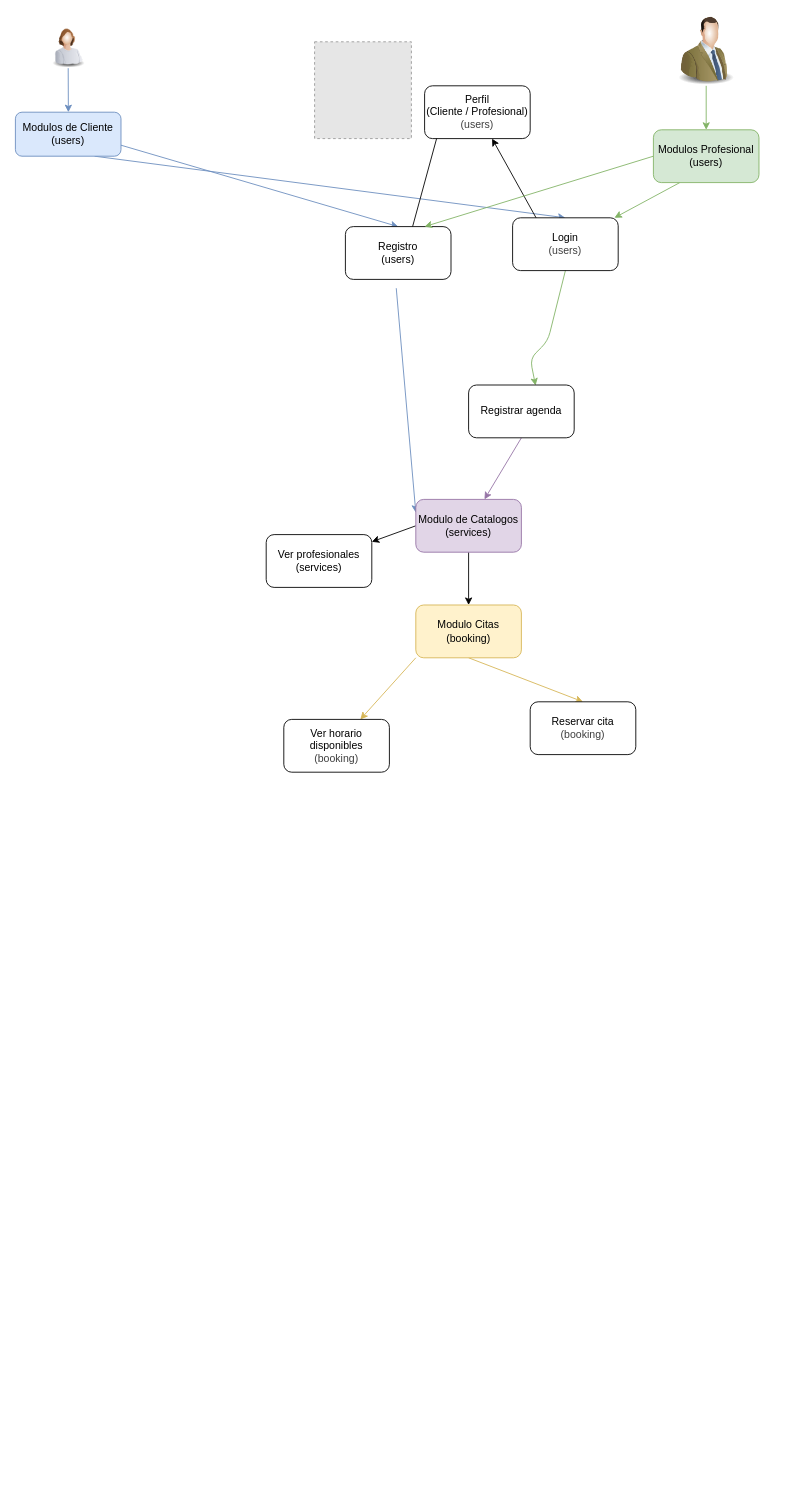
The draw.io diagram Arquitectura.drawio in yUMIP04/PlataformReservas-AgendaServicios, before the edit. Source tidied: cells renumbered, new cells numbered last; positions are measured from the earlier drawing's top-left corner, leaving out a move shared by most shapes. Both pictures are drawn from the tidied source at 88%, with x=0, y=0 at pixel (15, 15). Pictures stored in the file or linked from it are replaced by grey dashed boxes.
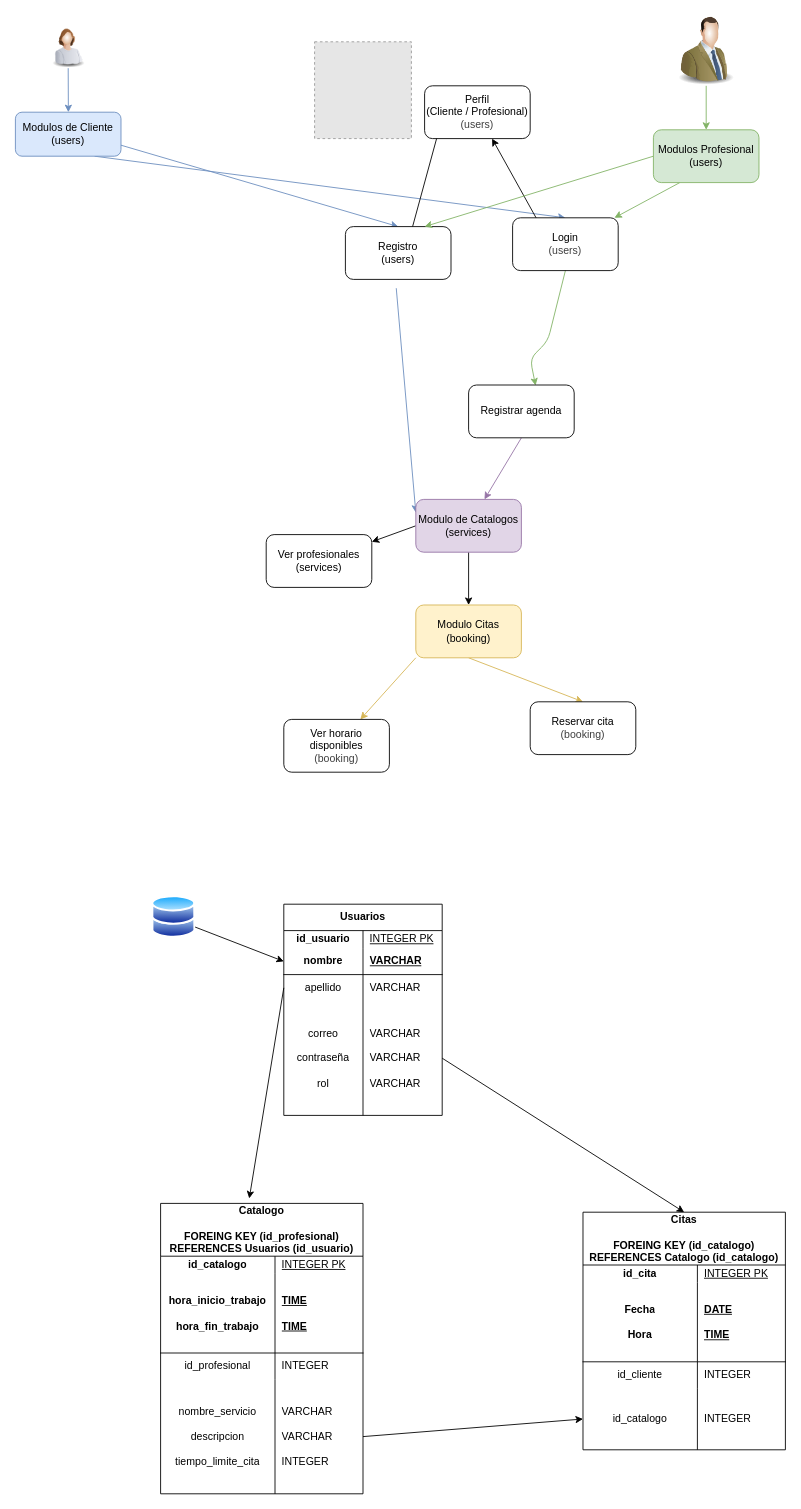
The same page after the edit.

Commit message:
Diagrama de la BD lista

Diff of the diagram source:
```diff
@@
+    <mxCell id="31" style="edgeStyle=none;html=1;exitX=1;exitY=0.75;exitDx=0;exitDy=0;entryX=0;entryY=0.5;entryDx=0;entryDy=0;" parent="1" edge="1" source="32" target="37">
+      <mxGeometry relative="1" as="geometry" />
+    </mxCell>
+    <mxCell id="32" style="image;perimeter=ellipsePerimeter;html=1;align=center;shadow=0;dashed=0;spacingTop=3;image=img/lib/active_directory/databases.svg;" parent="1" vertex="1">
+      <mxGeometry x="155" y="1000" width="50" height="49" as="geometry" />
+    </mxCell>
+    <mxCell id="33" value="Usuarios" style="shape=table;startSize=30;childLayout=tableLayout;rowLines=0;fontStyle=1;align=center;html=1;whiteSpace=wrap;" parent="1" vertex="1">
+      <mxGeometry x="305" y="1010" width="180" height="240" as="geometry" />
+    </mxCell>
+    <mxCell id="34" style="shape=tableRow;horizontal=0;startSize=0;swimlaneHead=0;swimlaneBody=0;fillColor=none;top=0;left=0;right=0;bottom=0;html=1;" parent="33" vertex="1">
+      <mxGeometry y="30" width="180" height="20" as="geometry" />
+    </mxCell>
+    <mxCell id="35" value="id_usuario" style="shape=partialRectangle;fillColor=none;top=0;left=0;bottom=0;right=0;fontStyle=1;overflow=hidden;html=1;whiteSpace=wrap;" parent="34" vertex="1">
+      <mxGeometry width="90" height="20" as="geometry" />
+    </mxCell>
+    <mxCell id="36" value="&lt;span style=&quot;font-weight: normal;&quot;&gt;INTEGER PK&lt;/span&gt;" style="shape=partialRectangle;fillColor=none;top=0;left=0;bottom=0;right=0;align=left;spacingLeft=6;fontStyle=5;overflow=hidden;html=1;whiteSpace=wrap;" parent="34" vertex="1">
+      <mxGeometry x="90" width="90" height="20" as="geometry" />
+    </mxCell>
+    <mxCell id="37" style="shape=tableRow;horizontal=0;startSize=0;swimlaneHead=0;swimlaneBody=0;fillColor=none;points=[[0,0.5],[1,0.5]];portConstraint=eastwest;top=0;left=0;right=0;bottom=1;html=1;" parent="33" vertex="1">
+      <mxGeometry y="50" width="180" height="30" as="geometry" />
+    </mxCell>
+    <mxCell id="38" value="nombre" style="shape=partialRectangle;fillColor=none;top=0;left=0;bottom=0;right=0;fontStyle=1;overflow=hidden;html=1;whiteSpace=wrap;" parent="37" vertex="1">
+      <mxGeometry width="90" height="30" as="geometry" />
+    </mxCell>
+    <mxCell id="39" value="VARCHAR" style="shape=partialRectangle;fillColor=none;top=0;left=0;bottom=0;right=0;align=left;spacingLeft=6;fontStyle=5;overflow=hidden;html=1;whiteSpace=wrap;" parent="37" vertex="1">
+      <mxGeometry x="90" width="90" height="30" as="geometry" />
+    </mxCell>
+    <mxCell id="40" style="shape=tableRow;horizontal=0;startSize=0;swimlaneHead=0;swimlaneBody=0;fillColor=none;points=[[0,0.5],[1,0.5]];portConstraint=eastwest;top=0;left=0;right=0;bottom=0;html=1;" parent="33" vertex="1">
+      <mxGeometry y="80" width="180" height="30" as="geometry" />
+    </mxCell>
+    <mxCell id="41" value="apellido" style="shape=partialRectangle;fillColor=none;top=0;left=0;bottom=0;right=0;overflow=hidden;html=1;whiteSpace=wrap;" parent="40" vertex="1">
+      <mxGeometry width="90" height="30" as="geometry" />
+    </mxCell>
+    <mxCell id="42" value="VARCHAR" style="shape=partialRectangle;fillColor=none;top=0;left=0;bottom=0;right=0;align=left;spacingLeft=6;overflow=hidden;html=1;whiteSpace=wrap;" parent="40" vertex="1">
+      <mxGeometry x="90" width="90" height="30" as="geometry" />
+    </mxCell>
+    <mxCell id="43" style="shape=tableRow;horizontal=0;startSize=0;swimlaneHead=0;swimlaneBody=0;fillColor=none;points=[[0,0.5],[1,0.5]];portConstraint=eastwest;top=0;left=0;right=0;bottom=0;html=1;" parent="33" vertex="1">
+      <mxGeometry y="110" width="180" height="130" as="geometry" />
+    </mxCell>
+    <mxCell id="44" value="correo&lt;div&gt;&lt;br&gt;&lt;/div&gt;&lt;div&gt;contraseña&lt;/div&gt;&lt;div&gt;&lt;br&gt;&lt;/div&gt;&lt;div&gt;rol&lt;/div&gt;" style="shape=partialRectangle;fillColor=none;top=0;left=0;bottom=0;right=0;overflow=hidden;html=1;whiteSpace=wrap;" parent="43" vertex="1">
+      <mxGeometry width="90" height="130" as="geometry" />
+    </mxCell>
+    <mxCell id="45" value="VARCHAR&lt;div&gt;&lt;br&gt;&lt;/div&gt;&lt;div&gt;VARCHAR&lt;/div&gt;&lt;div&gt;&lt;br&gt;&lt;/div&gt;&lt;div&gt;VARCHAR&lt;/div&gt;" style="shape=partialRectangle;fillColor=none;top=0;left=0;bottom=0;right=0;align=left;spacingLeft=6;overflow=hidden;html=1;whiteSpace=wrap;" parent="43" vertex="1">
+      <mxGeometry x="90" width="90" height="130" as="geometry" />
+    </mxCell>
+    <mxCell id="46" style="edgeStyle=none;html=1;exitX=0;exitY=0.5;exitDx=0;exitDy=0;entryX=0.438;entryY=-0.017;entryDx=0;entryDy=0;entryPerimeter=0;" parent="1" edge="1" source="40" target="48">
+      <mxGeometry relative="1" as="geometry" />
+    </mxCell>
+    <mxCell id="47" style="edgeStyle=none;html=1;exitX=1;exitY=0.5;exitDx=0;exitDy=0;entryX=0.5;entryY=0;entryDx=0;entryDy=0;" parent="1" edge="1" source="43" target="61">
+      <mxGeometry relative="1" as="geometry" />
+    </mxCell>
+    <mxCell id="48" value="Catalogo&lt;div&gt;&lt;br&gt;&lt;/div&gt;&lt;div&gt;FOREING KEY (id_profesional) REFERENCES Usuarios (id_usuario)&lt;/div&gt;" style="shape=table;startSize=60;childLayout=tableLayout;rowLines=0;fontStyle=1;align=center;html=1;whiteSpace=wrap;" parent="1" vertex="1">
+      <mxGeometry x="165" y="1350" width="230" height="330" as="geometry" />
+    </mxCell>
+    <mxCell id="49" style="shape=tableRow;horizontal=0;startSize=0;swimlaneHead=0;swimlaneBody=0;fillColor=none;top=0;left=0;right=0;bottom=0;html=1;" parent="48" vertex="1">
+      <mxGeometry y="60" width="230" height="20" as="geometry" />
+    </mxCell>
+    <mxCell id="50" value="id_catalogo" style="shape=partialRectangle;fillColor=none;top=0;left=0;bottom=0;right=0;fontStyle=1;overflow=hidden;html=1;whiteSpace=wrap;" parent="49" vertex="1">
+      <mxGeometry width="130" height="20" as="geometry" />
+    </mxCell>
+    <mxCell id="51" value="&lt;span style=&quot;font-weight: normal;&quot;&gt;INTEGER PK&lt;/span&gt;" style="shape=partialRectangle;fillColor=none;top=0;left=0;bottom=0;right=0;align=left;spacingLeft=6;fontStyle=5;overflow=hidden;html=1;whiteSpace=wrap;" parent="49" vertex="1">
+      <mxGeometry x="130" width="100" height="20" as="geometry" />
+    </mxCell>
+    <mxCell id="52" style="shape=tableRow;horizontal=0;startSize=0;swimlaneHead=0;swimlaneBody=0;fillColor=none;top=0;left=0;right=0;bottom=1;html=1;" parent="48" vertex="1">
+      <mxGeometry y="80" width="230" height="90" as="geometry" />
+    </mxCell>
+    <mxCell id="53" value="hora_inicio_trabajo&lt;div&gt;&lt;br&gt;&lt;/div&gt;&lt;div&gt;hora_fin_trabajo&lt;/div&gt;" style="shape=partialRectangle;fillColor=none;top=0;left=0;bottom=0;right=0;fontStyle=1;overflow=hidden;html=1;whiteSpace=wrap;" parent="52" vertex="1">
+      <mxGeometry width="130" height="90" as="geometry" />
+    </mxCell>
+    <mxCell id="54" value="TIME&lt;br&gt;&lt;div&gt;&lt;br&gt;&lt;/div&gt;&lt;div&gt;TIME&lt;/div&gt;" style="shape=partialRectangle;fillColor=none;top=0;left=0;bottom=0;right=0;align=left;spacingLeft=6;fontStyle=5;overflow=hidden;html=1;whiteSpace=wrap;" parent="52" vertex="1">
+      <mxGeometry x="130" width="100" height="90" as="geometry" />
+    </mxCell>
+    <mxCell id="55" style="shape=tableRow;horizontal=0;startSize=0;swimlaneHead=0;swimlaneBody=0;fillColor=none;top=0;left=0;right=0;bottom=0;html=1;" parent="48" vertex="1">
+      <mxGeometry y="170" width="230" height="30" as="geometry" />
+    </mxCell>
+    <mxCell id="56" value="id_profesional" style="shape=partialRectangle;fillColor=none;top=0;left=0;bottom=0;right=0;overflow=hidden;html=1;whiteSpace=wrap;" parent="55" vertex="1">
+      <mxGeometry width="130" height="30" as="geometry" />
+    </mxCell>
+    <mxCell id="57" value="INTEGER" style="shape=partialRectangle;fillColor=none;top=0;left=0;bottom=0;right=0;align=left;spacingLeft=6;overflow=hidden;html=1;whiteSpace=wrap;" parent="55" vertex="1">
+      <mxGeometry x="130" width="100" height="30" as="geometry" />
+    </mxCell>
+    <mxCell id="58" style="shape=tableRow;horizontal=0;startSize=0;swimlaneHead=0;swimlaneBody=0;fillColor=none;points=[[0,0.5],[1,0.5]];portConstraint=eastwest;top=0;left=0;right=0;bottom=0;html=1;" parent="48" vertex="1">
+      <mxGeometry y="200" width="230" height="130" as="geometry" />
+    </mxCell>
+    <mxCell id="59" value="nombre_servicio&lt;br&gt;&lt;div&gt;&lt;br&gt;&lt;/div&gt;&lt;div&gt;descripcion&lt;/div&gt;&lt;div&gt;&lt;br&gt;&lt;/div&gt;&lt;div&gt;tiempo_limite_cita&lt;/div&gt;" style="shape=partialRectangle;fillColor=none;top=0;left=0;bottom=0;right=0;overflow=hidden;html=1;whiteSpace=wrap;" parent="58" vertex="1">
+      <mxGeometry width="130" height="130" as="geometry" />
+    </mxCell>
+    <mxCell id="60" value="VARCHAR&lt;div&gt;&lt;br&gt;&lt;/div&gt;&lt;div&gt;VARCHAR&lt;/div&gt;&lt;div&gt;&lt;br&gt;&lt;/div&gt;&lt;div&gt;INTEGER&lt;/div&gt;" style="shape=partialRectangle;fillColor=none;top=0;left=0;bottom=0;right=0;align=left;spacingLeft=6;overflow=hidden;html=1;whiteSpace=wrap;" parent="58" vertex="1">
+      <mxGeometry x="130" width="100" height="130" as="geometry" />
+    </mxCell>
+    <mxCell id="61" value="Citas&lt;br&gt;&lt;div&gt;&lt;br&gt;&lt;/div&gt;&lt;div&gt;FOREING KEY (id_catalogo) REFERENCES Catalogo (id_catalogo)&lt;/div&gt;" style="shape=table;startSize=60;childLayout=tableLayout;rowLines=0;fontStyle=1;align=center;html=1;whiteSpace=wrap;" parent="1" vertex="1">
+      <mxGeometry x="645" y="1360" width="230" height="270" as="geometry" />
+    </mxCell>
+    <mxCell id="62" style="shape=tableRow;horizontal=0;startSize=0;swimlaneHead=0;swimlaneBody=0;fillColor=none;top=0;left=0;right=0;bottom=0;html=1;" parent="61" vertex="1">
+      <mxGeometry y="60" width="230" height="20" as="geometry" />
+    </mxCell>
+    <mxCell id="63" value="id_cita" style="shape=partialRectangle;fillColor=none;top=0;left=0;bottom=0;right=0;fontStyle=1;overflow=hidden;html=1;whiteSpace=wrap;" parent="62" vertex="1">
+      <mxGeometry width="130" height="20" as="geometry" />
+    </mxCell>
+    <mxCell id="64" value="&lt;span style=&quot;font-weight: normal;&quot;&gt;INTEGER PK&lt;/span&gt;" style="shape=partialRectangle;fillColor=none;top=0;left=0;bottom=0;right=0;align=left;spacingLeft=6;fontStyle=5;overflow=hidden;html=1;whiteSpace=wrap;" parent="62" vertex="1">
+      <mxGeometry x="130" width="100" height="20" as="geometry" />
+    </mxCell>
+    <mxCell id="65" style="shape=tableRow;horizontal=0;startSize=0;swimlaneHead=0;swimlaneBody=0;fillColor=none;top=0;left=0;right=0;bottom=1;html=1;" parent="61" vertex="1">
+      <mxGeometry y="80" width="230" height="90" as="geometry" />
+    </mxCell>
+    <mxCell id="66" value="Fecha&lt;br&gt;&lt;div&gt;&lt;br&gt;&lt;/div&gt;&lt;div&gt;Hora&lt;/div&gt;" style="shape=partialRectangle;fillColor=none;top=0;left=0;bottom=0;right=0;fontStyle=1;overflow=hidden;html=1;whiteSpace=wrap;" parent="65" vertex="1">
+      <mxGeometry width="130" height="90" as="geometry" />
+    </mxCell>
+    <mxCell id="67" value="DATE&lt;br&gt;&lt;div&gt;&lt;br&gt;&lt;/div&gt;&lt;div&gt;TIME&lt;/div&gt;" style="shape=partialRectangle;fillColor=none;top=0;left=0;bottom=0;right=0;align=left;spacingLeft=6;fontStyle=5;overflow=hidden;html=1;whiteSpace=wrap;" parent="65" vertex="1">
+      <mxGeometry x="130" width="100" height="90" as="geometry" />
+    </mxCell>
+    <mxCell id="68" style="shape=tableRow;horizontal=0;startSize=0;swimlaneHead=0;swimlaneBody=0;fillColor=none;top=0;left=0;right=0;bottom=0;html=1;" parent="61" vertex="1">
+      <mxGeometry y="170" width="230" height="30" as="geometry" />
+    </mxCell>
+    <mxCell id="69" value="id_cliente" style="shape=partialRectangle;fillColor=none;top=0;left=0;bottom=0;right=0;overflow=hidden;html=1;whiteSpace=wrap;" parent="68" vertex="1">
+      <mxGeometry width="130" height="30" as="geometry" />
+    </mxCell>
+    <mxCell id="70" value="INTEGER" style="shape=partialRectangle;fillColor=none;top=0;left=0;bottom=0;right=0;align=left;spacingLeft=6;overflow=hidden;html=1;whiteSpace=wrap;" parent="68" vertex="1">
+      <mxGeometry x="130" width="100" height="30" as="geometry" />
+    </mxCell>
+    <mxCell id="71" style="shape=tableRow;horizontal=0;startSize=0;swimlaneHead=0;swimlaneBody=0;fillColor=none;points=[[0,0.5],[1,0.5]];portConstraint=eastwest;top=0;left=0;right=0;bottom=0;html=1;" parent="61" vertex="1">
+      <mxGeometry y="200" width="230" height="70" as="geometry" />
+    </mxCell>
+    <mxCell id="72" value="id_catalogo" style="shape=partialRectangle;fillColor=none;top=0;left=0;bottom=0;right=0;overflow=hidden;html=1;whiteSpace=wrap;" parent="71" vertex="1">
+      <mxGeometry width="130" height="70" as="geometry" />
+    </mxCell>
+    <mxCell id="73" value="INTEGER" style="shape=partialRectangle;fillColor=none;top=0;left=0;bottom=0;right=0;align=left;spacingLeft=6;overflow=hidden;html=1;whiteSpace=wrap;" parent="71" vertex="1">
+      <mxGeometry x="130" width="100" height="70" as="geometry" />
+    </mxCell>
+    <mxCell id="74" style="edgeStyle=none;html=1;exitX=1;exitY=0.5;exitDx=0;exitDy=0;entryX=0;entryY=0.5;entryDx=0;entryDy=0;" parent="1" edge="1" source="58" target="71">
+      <mxGeometry relative="1" as="geometry" />
+    </mxCell>
```
